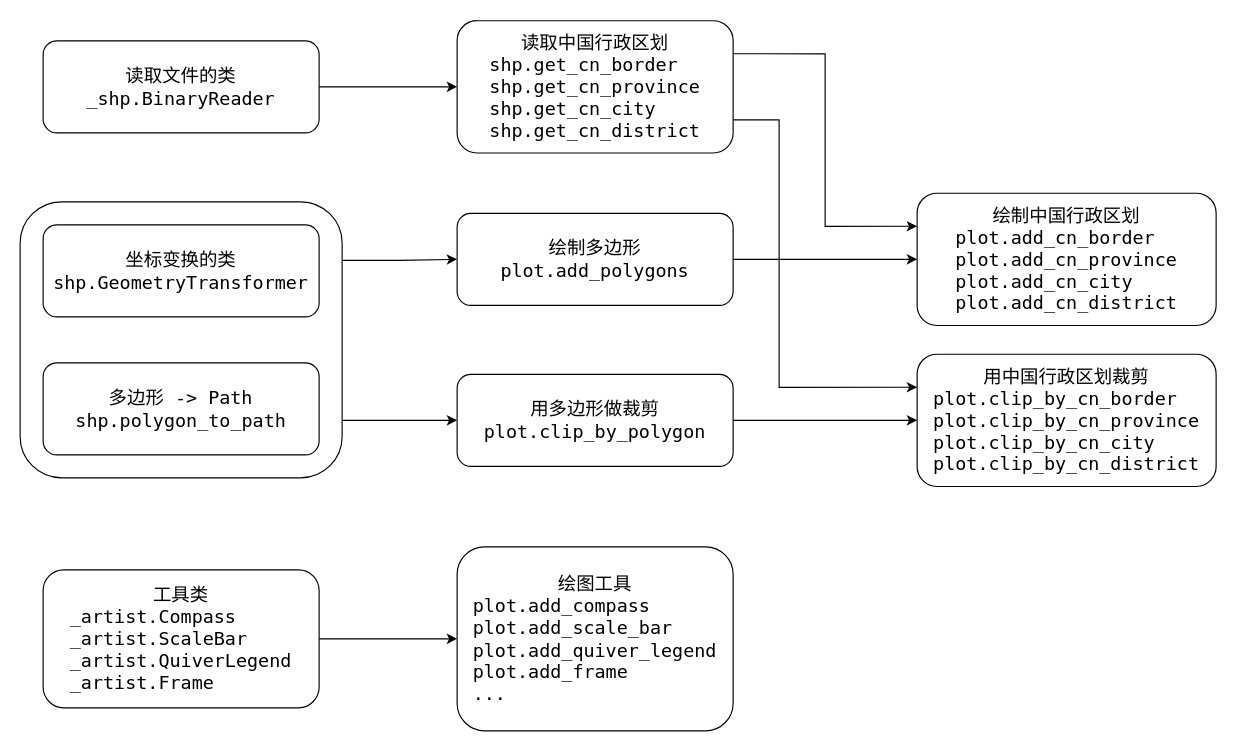
This is structure.drawio from ZhaJiMan/frykit, a draw.io file, before an edit. Source tidied: cells renumbered, new cells numbered last; positions are measured from the earlier drawing's top-left corner, leaving out a move shared by most shapes. Both pictures are drawn from the tidied source at 115%, with x=0, y=0 at pixel (20, 20).
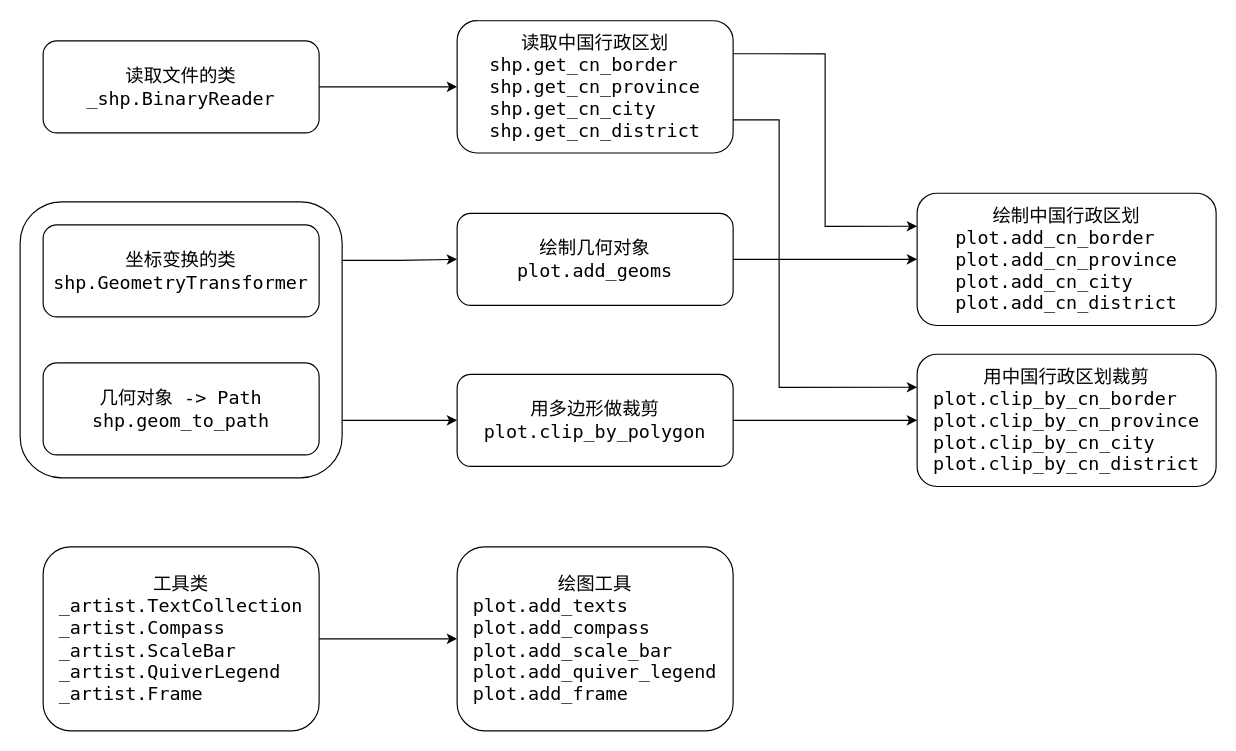
After the change.

Diff of the diagram source:
```diff
@@
-    <mxCell id="11" value="&lt;div&gt;&lt;font face=&quot;Lucida Console&quot;&gt;&lt;span style=&quot;font-size: 16px;&quot;&gt;绘制多边形&lt;/span&gt;&lt;/font&gt;&lt;/div&gt;&lt;font face=&quot;Lucida Console&quot;&gt;&lt;span style=&quot;font-size: 16px;&quot;&gt;plot.add_polygons&lt;/span&gt;&lt;/font&gt;" style="rounded=1;whiteSpace=wrap;html=1;" parent="1" vertex="1">
+    <mxCell id="11" value="&lt;div&gt;&lt;font face=&quot;Lucida Console&quot;&gt;&lt;span style=&quot;font-size: 16px;&quot;&gt;绘制几何对象&lt;/span&gt;&lt;/font&gt;&lt;/div&gt;&lt;font face=&quot;Lucida Console&quot;&gt;&lt;span style=&quot;font-size: 16px;&quot;&gt;plot.add_geoms&lt;/span&gt;&lt;/font&gt;" style="rounded=1;whiteSpace=wrap;html=1;" parent="1" vertex="1">
       <mxGeometry x="380" y="168" width="240" height="80" as="geometry" />
     </mxCell>
@@
-    <mxCell id="17" value="&lt;div&gt;&lt;font face=&quot;Lucida Console&quot;&gt;&lt;span style=&quot;font-size: 16px;&quot;&gt;多边形 -&amp;gt; Path&lt;/span&gt;&lt;/font&gt;&lt;/div&gt;&lt;font face=&quot;Lucida Console&quot;&gt;&lt;span style=&quot;font-size: 16px;&quot;&gt;shp.polygon_to_path&lt;/span&gt;&lt;/font&gt;" style="rounded=1;whiteSpace=wrap;html=1;" parent="1" vertex="1">
+    <mxCell id="17" value="&lt;div&gt;&lt;font face=&quot;Lucida Console&quot;&gt;&lt;span style=&quot;font-size: 16px;&quot;&gt;几何对象 -&amp;gt; Path&lt;/span&gt;&lt;/font&gt;&lt;/div&gt;&lt;font face=&quot;Lucida Console&quot;&gt;&lt;span style=&quot;font-size: 16px;&quot;&gt;shp.geom_to_path&lt;/span&gt;&lt;/font&gt;" style="rounded=1;whiteSpace=wrap;html=1;" parent="1" vertex="1">
       <mxGeometry x="20" y="298" width="240" height="80" as="geometry" />
     </mxCell>
-    <mxCell id="18" value="&lt;font face=&quot;Lucida Console&quot;&gt;&lt;span style=&quot;font-size: 16px;&quot;&gt;绘图工具&lt;/span&gt;&lt;/font&gt;&lt;div style=&quot;text-align: left;&quot;&gt;&lt;font face=&quot;Lucida Console&quot;&gt;&lt;span style=&quot;font-size: 16px;&quot;&gt;plot.add_compass&lt;/span&gt;&lt;/font&gt;&lt;/div&gt;&lt;div style=&quot;text-align: left;&quot;&gt;&lt;font face=&quot;Lucida Console&quot;&gt;&lt;span style=&quot;font-size: 16px;&quot;&gt;plot.add_scale_bar&lt;/span&gt;&lt;/font&gt;&lt;/div&gt;&lt;div style=&quot;text-align: left;&quot;&gt;&lt;font face=&quot;Lucida Console&quot;&gt;&lt;span style=&quot;font-size: 16px;&quot;&gt;plot.add_quiver_legend&lt;/span&gt;&lt;/font&gt;&lt;/div&gt;&lt;div style=&quot;text-align: left;&quot;&gt;&lt;span style=&quot;font-family: &amp;quot;Lucida Console&amp;quot;; font-size: 16px;&quot;&gt;plot.add_frame&lt;/span&gt;&lt;font face=&quot;Lucida Console&quot;&gt;&lt;span style=&quot;font-size: 16px;&quot;&gt;&lt;br&gt;&lt;/span&gt;&lt;/font&gt;&lt;/div&gt;&lt;div style=&quot;text-align: left;&quot;&gt;&lt;font face=&quot;Lucida Console&quot;&gt;&lt;span style=&quot;font-size: 16px;&quot;&gt;...&lt;/span&gt;&lt;/font&gt;&lt;/div&gt;" style="rounded=1;whiteSpace=wrap;html=1;" parent="1" vertex="1">
+    <mxCell id="18" value="&lt;font face=&quot;Lucida Console&quot;&gt;&lt;span style=&quot;font-size: 16px;&quot;&gt;绘图工具&lt;/span&gt;&lt;/font&gt;&lt;div style=&quot;text-align: left;&quot;&gt;&lt;font face=&quot;Lucida Console&quot;&gt;&lt;span style=&quot;font-size: 16px;&quot;&gt;plot.add_texts&lt;/span&gt;&lt;/font&gt;&lt;/div&gt;&lt;div style=&quot;text-align: left;&quot;&gt;&lt;font face=&quot;Lucida Console&quot;&gt;&lt;span style=&quot;font-size: 16px;&quot;&gt;plot.add_compass&lt;/span&gt;&lt;/font&gt;&lt;/div&gt;&lt;div style=&quot;text-align: left;&quot;&gt;&lt;font face=&quot;Lucida Console&quot;&gt;&lt;span style=&quot;font-size: 16px;&quot;&gt;plot.add_scale_bar&lt;/span&gt;&lt;/font&gt;&lt;/div&gt;&lt;div style=&quot;text-align: left;&quot;&gt;&lt;font face=&quot;Lucida Console&quot;&gt;&lt;span style=&quot;font-size: 16px;&quot;&gt;plot.add_quiver_legend&lt;/span&gt;&lt;/font&gt;&lt;/div&gt;&lt;div style=&quot;text-align: left;&quot;&gt;&lt;span style=&quot;font-family: &amp;quot;Lucida Console&amp;quot;; font-size: 16px;&quot;&gt;plot.add_frame&lt;/span&gt;&lt;/div&gt;" style="rounded=1;whiteSpace=wrap;html=1;" parent="1" vertex="1">
       <mxGeometry x="380" y="458" width="240" height="160" as="geometry" />
     </mxCell>
@@
-    <mxCell id="20" value="&lt;font face=&quot;Lucida Console&quot;&gt;&lt;span style=&quot;font-size: 16px;&quot;&gt;工具类&lt;/span&gt;&lt;/font&gt;&lt;div style=&quot;text-align: left;&quot;&gt;&lt;font face=&quot;Lucida Console&quot;&gt;&lt;span style=&quot;font-size: 16px;&quot;&gt;_artist.Compass&lt;/span&gt;&lt;/font&gt;&lt;/div&gt;&lt;div style=&quot;text-align: left;&quot;&gt;&lt;font face=&quot;Lucida Console&quot;&gt;&lt;span style=&quot;font-size: 16px;&quot;&gt;_artist.ScaleBar&lt;/span&gt;&lt;/font&gt;&lt;/div&gt;&lt;div&gt;&lt;div style=&quot;text-align: left;&quot;&gt;&lt;span style=&quot;font-size: 16px; font-family: &amp;quot;Lucida Console&amp;quot;; background-color: initial;&quot;&gt;_artist.QuiverLegend&lt;/span&gt;&lt;/div&gt;&lt;/div&gt;&lt;div style=&quot;text-align: left;&quot;&gt;&lt;span style=&quot;font-family: &amp;quot;Lucida Console&amp;quot;; font-size: 16px;&quot;&gt;_artist.Frame&lt;/span&gt;&lt;span style=&quot;font-size: 16px; font-family: &amp;quot;Lucida Console&amp;quot;; background-color: initial;&quot;&gt;&lt;br&gt;&lt;/span&gt;&lt;/div&gt;" style="rounded=1;whiteSpace=wrap;html=1;" parent="1" vertex="1">
-      <mxGeometry x="20" y="478" width="240" height="120" as="geometry" />
+    <mxCell id="20" value="&lt;font face=&quot;Lucida Console&quot;&gt;&lt;span style=&quot;font-size: 16px;&quot;&gt;工具类&lt;/span&gt;&lt;/font&gt;&lt;div style=&quot;text-align: left;&quot;&gt;&lt;span style=&quot;font-family: &amp;quot;Lucida Console&amp;quot;; font-size: 16px;&quot;&gt;_artist.TextCollection&lt;/span&gt;&lt;font face=&quot;Lucida Console&quot;&gt;&lt;span style=&quot;font-size: 16px;&quot;&gt;&lt;br&gt;&lt;/span&gt;&lt;/font&gt;&lt;/div&gt;&lt;div style=&quot;text-align: left;&quot;&gt;&lt;font face=&quot;Lucida Console&quot;&gt;&lt;span style=&quot;font-size: 16px;&quot;&gt;_artist.Compass&lt;/span&gt;&lt;/font&gt;&lt;/div&gt;&lt;div style=&quot;text-align: left;&quot;&gt;&lt;font face=&quot;Lucida Console&quot;&gt;&lt;span style=&quot;font-size: 16px;&quot;&gt;_artist.ScaleBar&lt;/span&gt;&lt;/font&gt;&lt;/div&gt;&lt;div&gt;&lt;div style=&quot;text-align: left;&quot;&gt;&lt;span style=&quot;font-size: 16px; font-family: &amp;quot;Lucida Console&amp;quot;; background-color: initial;&quot;&gt;_artist.QuiverLegend&lt;/span&gt;&lt;/div&gt;&lt;/div&gt;&lt;div style=&quot;text-align: left;&quot;&gt;&lt;span style=&quot;font-family: &amp;quot;Lucida Console&amp;quot;; font-size: 16px;&quot;&gt;_artist.Frame&lt;/span&gt;&lt;/div&gt;" style="rounded=1;whiteSpace=wrap;html=1;" parent="1" vertex="1">
+      <mxGeometry x="20" y="458" width="240" height="160" as="geometry" />
     </mxCell>
```
